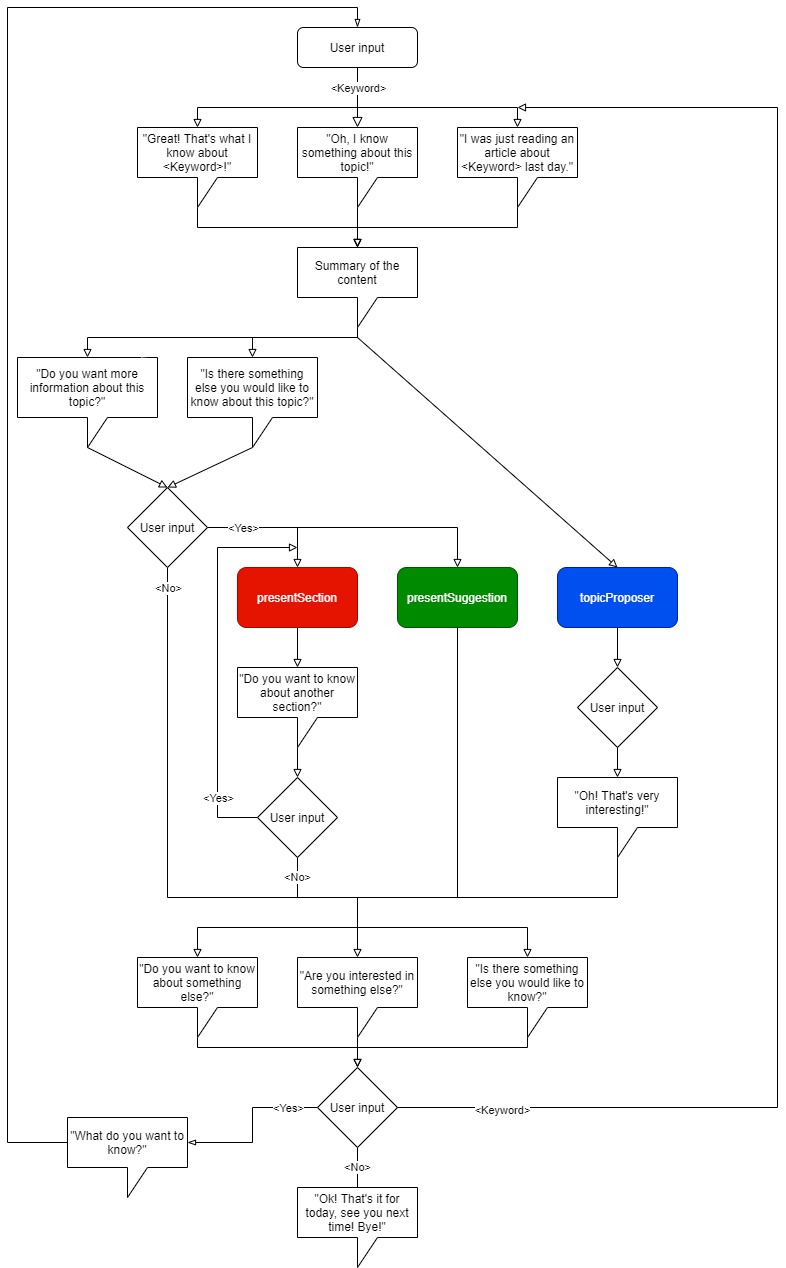
Earlier version of the draw.io export documentation/wf.png (AlbertoGhiotto/Enhancement-of-Pepper-Abilities---Wikipedia). Source tidied: cells renumbered, new cells last; positions are measured from the earlier drawing's top-left corner, leaving out a move shared by most shapes.
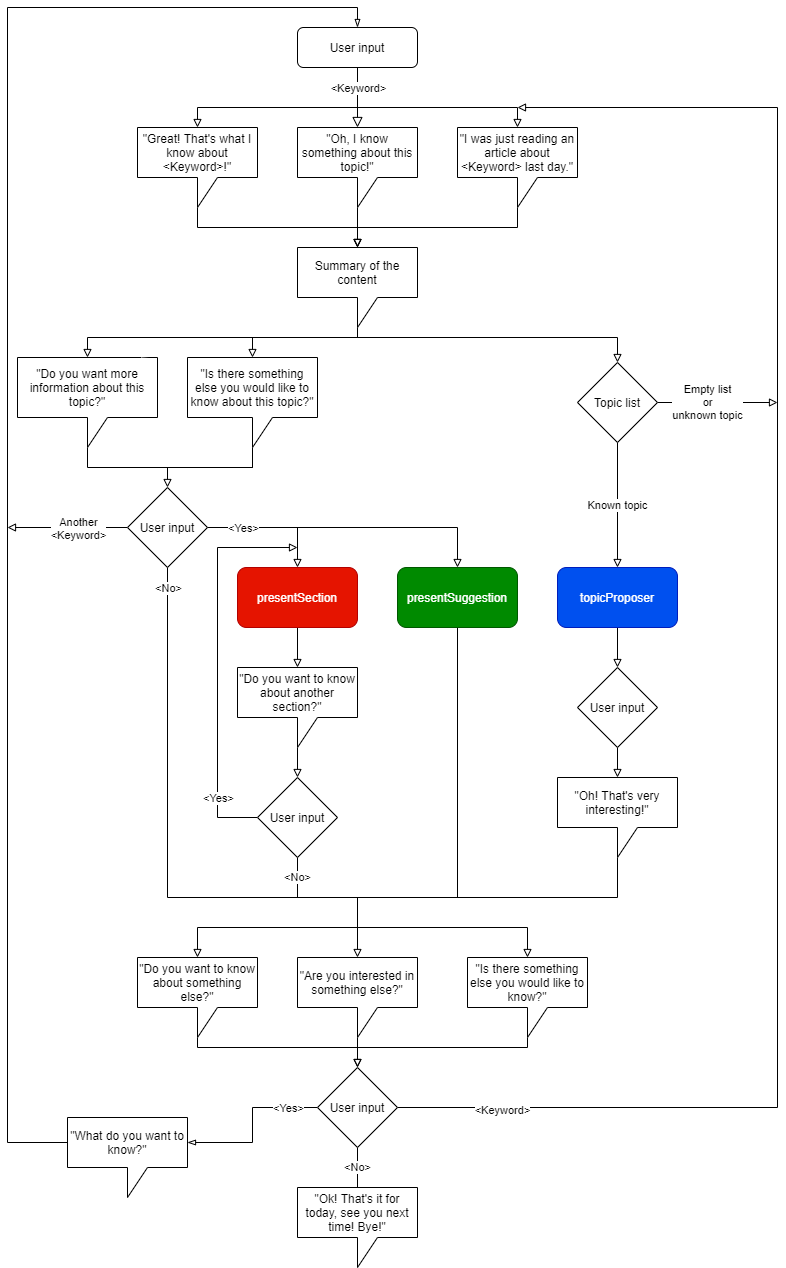
Above is the later version.

The edit, as a diff of the source:
```diff
@@ -90,21 +90,24 @@
         </Array>
       </mxGeometry>
     </mxCell>
-    <mxCell id="18" style="edgeStyle=none;rounded=0;jettySize=auto;html=1;entryX=0.5;entryY=0;entryDx=0;entryDy=0;startArrow=none;startFill=0;endArrow=block;endFill=0;strokeColor=#000000;" parent="1" edge="1" target="30">
-      <mxGeometry relative="1" as="geometry">
-        <mxPoint x="350" y="330" as="sourcePoint" />
-      </mxGeometry>
-    </mxCell>
+    <mxCell id="65" style="edgeStyle=orthogonalEdgeStyle;rounded=0;jettySize=auto;html=1;exitX=0;exitY=0;exitDx=60;exitDy=80;exitPerimeter=0;entryX=0.5;entryY=0;entryDx=0;entryDy=0;endArrow=block;endFill=0;" parent="1" edge="1" source="19" target="71">
+      <mxGeometry relative="1" as="geometry">
+        <Array as="points">
+          <mxPoint x="350" y="330" />
+          <mxPoint x="610" y="330" />
+        </Array>
+      </mxGeometry>
+    </mxCell>
     <mxCell id="19" value="Summary of the content" style="shape=callout;whiteSpace=wrap;html=1;perimeter=calloutPerimeter;" parent="1" vertex="1">
       <mxGeometry x="290" y="240" width="120" height="80" as="geometry" />
     </mxCell>
-    <mxCell id="20" style="edgeStyle=none;rounded=0;jettySize=auto;html=1;exitX=0;exitY=0;exitDx=70;exitDy=90;exitPerimeter=0;entryX=0.5;entryY=0;entryDx=0;entryDy=0;startArrow=none;startFill=0;endArrow=block;endFill=0;strokeColor=#000000;" parent="1" edge="1" source="21" target="36">
-      <mxGeometry relative="1" as="geometry" />
-    </mxCell>
+    <mxCell id="66" style="edgeStyle=orthogonalEdgeStyle;rounded=0;jettySize=auto;html=1;exitX=0;exitY=0;exitDx=70;exitDy=90;exitPerimeter=0;entryX=0;entryY=0;entryDx=65;entryDy=90;entryPerimeter=0;endArrow=none;endFill=0;" parent="1" edge="1" source="21" target="23">
+      <mxGeometry relative="1" as="geometry" />
+    </mxCell>
     <mxCell id="21" value="&lt;span style=&quot;font-family: , &amp;#34;consolas&amp;#34; , &amp;#34;liberation mono&amp;#34; , &amp;#34;menlo&amp;#34; , monospace&quot;&gt;&quot;Do you want more information about this topic?&quot;&lt;/span&gt;" style="shape=callout;whiteSpace=wrap;html=1;perimeter=calloutPerimeter;" parent="1" vertex="1">
       <mxGeometry x="10" y="350" width="140" height="90" as="geometry" />
     </mxCell>
-    <mxCell id="22" style="edgeStyle=none;rounded=0;jettySize=auto;html=1;exitX=0;exitY=0;exitDx=65;exitDy=90;exitPerimeter=0;entryX=0.5;entryY=0;entryDx=0;entryDy=0;startArrow=none;startFill=0;endArrow=block;endFill=0;strokeColor=#000000;" parent="1" edge="1" source="23" target="36">
+    <mxCell id="22" style="edgeStyle=orthogonalEdgeStyle;rounded=0;jettySize=auto;html=1;exitX=0;exitY=0;exitDx=65;exitDy=90;exitPerimeter=0;entryX=0.5;entryY=0;entryDx=0;entryDy=0;endArrow=block;endFill=0;" parent="1" edge="1" source="23" target="36">
       <mxGeometry relative="1" as="geometry" />
     </mxCell>
     <mxCell id="23" value="&lt;span style=&quot;font-family: , &amp;#34;consolas&amp;#34; , &amp;#34;liberation mono&amp;#34; , &amp;#34;menlo&amp;#34; , monospace&quot;&gt;&quot;Is there something else you would like to know about this topic?&quot;&lt;/span&gt;" style="shape=callout;whiteSpace=wrap;html=1;perimeter=calloutPerimeter;" parent="1" vertex="1">
@@ -158,6 +161,16 @@
         <mxPoint x="3" y="-257" as="offset" />
       </mxGeometry>
     </mxCell>
+    <mxCell id="67" style="edgeStyle=orthogonalEdgeStyle;rounded=0;jettySize=auto;html=1;exitX=0;exitY=0.5;exitDx=0;exitDy=0;endArrow=block;endFill=0;" parent="1" edge="1" source="36">
+      <mxGeometry relative="1" as="geometry">
+        <mxPoint y="520" as="targetPoint" />
+      </mxGeometry>
+    </mxCell>
+    <mxCell id="68" value="Another&lt;br&gt;&amp;lt;Keyword&amp;gt;" style="edgeLabel;html=1;align=center;verticalAlign=middle;" parent="67" vertex="1">
+      <mxGeometry x="0.27" y="-1" relative="1" as="geometry">
+        <mxPoint x="26" y="1" as="offset" />
+      </mxGeometry>
+    </mxCell>
     <mxCell id="36" value="User input" style="rhombus;whiteSpace=wrap;html=1;" parent="1" vertex="1">
       <mxGeometry x="120" y="480" width="80" height="80" as="geometry" />
     </mxCell>
@@ -300,5 +313,16 @@
     <mxCell id="64" value="&lt;span style=&quot;font-family: , &amp;#34;consolas&amp;#34; , &amp;#34;liberation mono&amp;#34; , &amp;#34;menlo&amp;#34; , monospace&quot;&gt;&quot;What do you want to know?&quot;&lt;/span&gt;" style="shape=callout;whiteSpace=wrap;html=1;perimeter=calloutPerimeter;" parent="1" vertex="1">
       <mxGeometry x="60" y="1110" width="120" height="80" as="geometry" />
     </mxCell>
+    <mxCell id="69" value="Known topic" style="edgeStyle=orthogonalEdgeStyle;rounded=0;jettySize=auto;html=1;exitX=0.5;exitY=1;exitDx=0;exitDy=0;entryX=0.5;entryY=0;entryDx=0;entryDy=0;endArrow=block;endFill=0;" parent="1" edge="1" source="71" target="30">
+      <mxGeometry relative="1" as="geometry" />
+    </mxCell>
+    <mxCell id="70" value="Empty list&lt;br&gt;or&lt;br&gt;unknown topic" style="edgeStyle=orthogonalEdgeStyle;rounded=0;jettySize=auto;html=1;exitX=1;exitY=0.5;exitDx=0;exitDy=0;endArrow=block;endFill=0;" parent="1" edge="1" source="71">
+      <mxGeometry x="-0.17" relative="1" as="geometry">
+        <mxPoint x="770" y="395" as="targetPoint" />
+      </mxGeometry>
+    </mxCell>
+    <mxCell id="71" value="Topic list" style="rhombus;whiteSpace=wrap;html=1;" parent="1" vertex="1">
+      <mxGeometry x="570" y="355" width="80" height="80" as="geometry" />
+    </mxCell>
   </root>
 </mxGraphModel>
```
